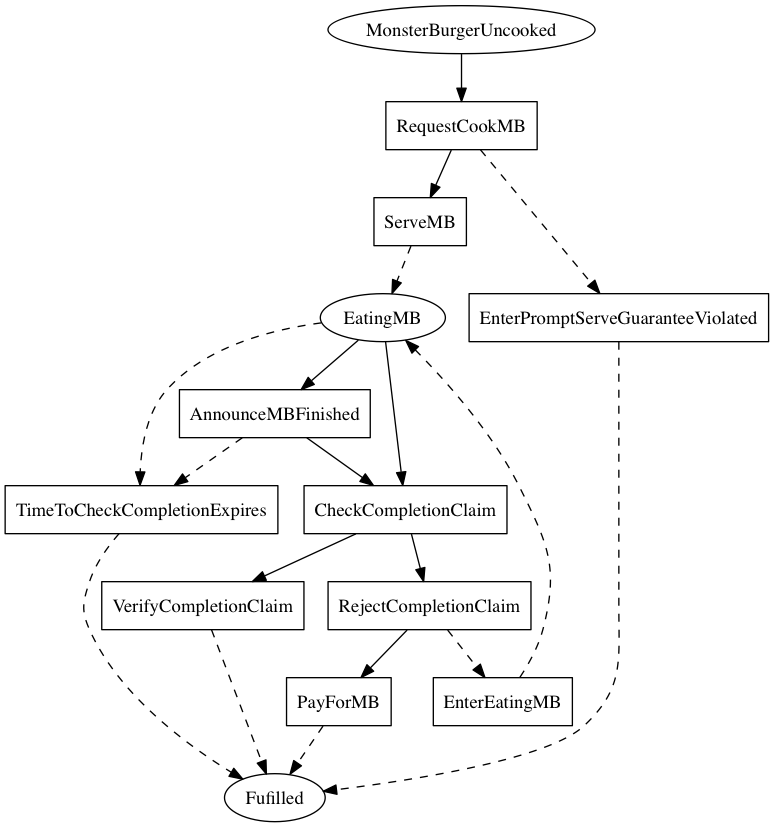
Earlier version of the Graphviz export linear_state_machine_language/pyL4/examples/out_graphviz/toy_and_teaching/monster_burger_program_only.png (Marcao02/complaw-deeptech). Its source is kept beside it as linear_state_machine_language/pyL4/examples/out_graphviz/toy_and_teaching/monster_burger_program_only.dot.
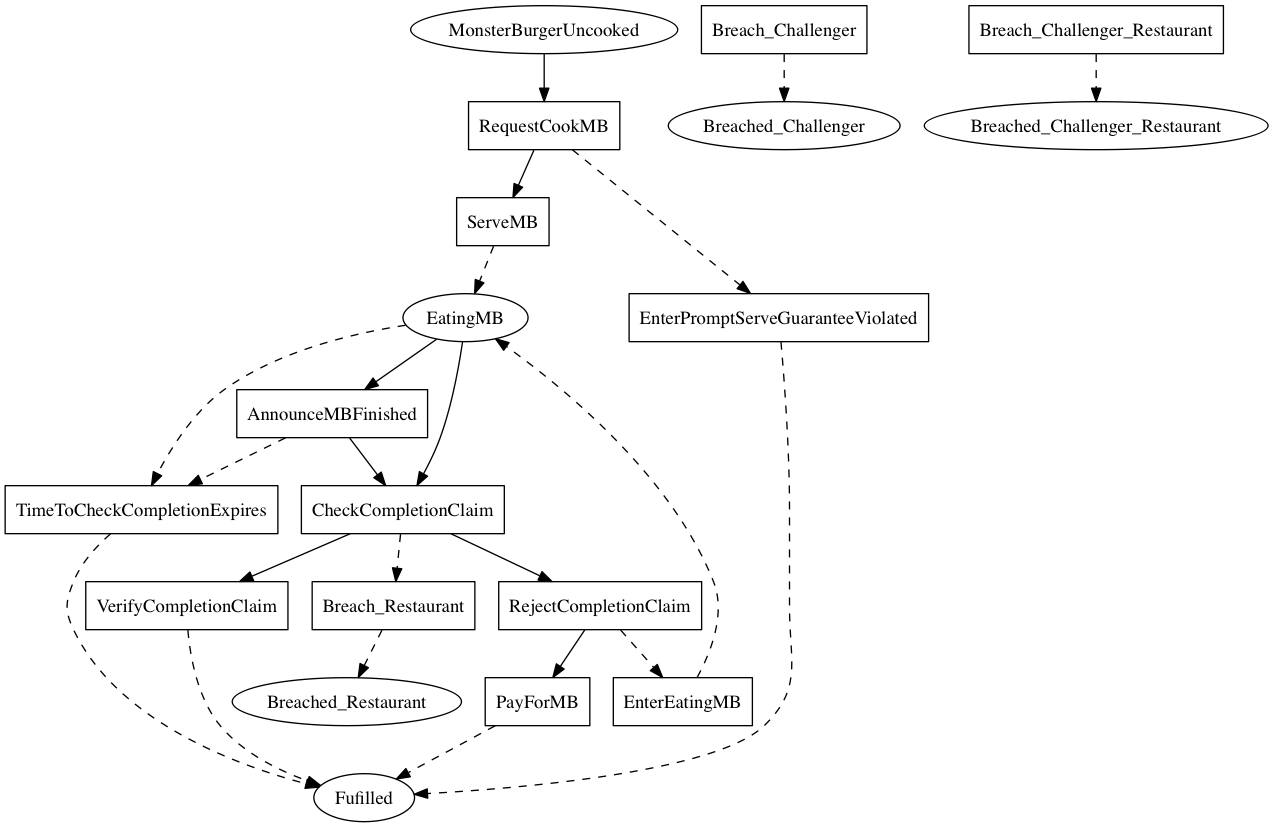
After the commit.

What changed in the source:
```diff
@@ -2,7 +2,10 @@
 digraph Monster_Burger {
     Fulfilled[label=Fufilled];
     MonsterBurgerUncooked[label=MonsterBurgerUncooked];
-	EatingMB[label=EatingMB]
+	EatingMB[label=EatingMB];
+	Breached_Restaurant[label=Breached_Restaurant];
+	Breached_Challenger[label=Breached_Challenger];
+	Breached_Challenger_Restaurant[label=Breached_Challenger_Restaurant]
 
 
     RequestCookMB[label=RequestCookMB,shape=box];
@@ -14,7 +17,10 @@
 	CheckCompletionClaim[label=CheckCompletionClaim,shape=box];
 	RejectCompletionClaim[label=RejectCompletionClaim,shape=box];
 	PayForMB[label=PayForMB,shape=box];
-	VerifyCompletionClaim[label=VerifyCompletionClaim,shape=box]
+	VerifyCompletionClaim[label=VerifyCompletionClaim,shape=box];
+	Breach_Restaurant[label=Breach_Restaurant,shape=box];
+	Breach_Challenger[label=Breach_Challenger,shape=box];
+	Breach_Challenger_Restaurant[label=Breach_Challenger_Restaurant,shape=box]
 
 
 
@@ -28,6 +34,7 @@
 	AnnounceMBFinished -> TimeToCheckCompletionExpires [style=dashed];
 	CheckCompletionClaim -> VerifyCompletionClaim;
 	CheckCompletionClaim -> RejectCompletionClaim;
+	CheckCompletionClaim -> Breach_Restaurant [style=dashed];
 	RejectCompletionClaim -> EnterEatingMB [style=dashed];
 	RejectCompletionClaim -> PayForMB
 
@@ -37,6 +44,9 @@
 	TimeToCheckCompletionExpires -> Fulfilled [style=dashed];
 	PayForMB -> Fulfilled [style=dashed];
 	VerifyCompletionClaim -> Fulfilled [style=dashed];
+	Breach_Restaurant -> Breached_Restaurant [style=dashed];
+	Breach_Challenger -> Breached_Challenger [style=dashed];
+	Breach_Challenger_Restaurant -> Breached_Challenger_Restaurant [style=dashed];
 
 
 
```
